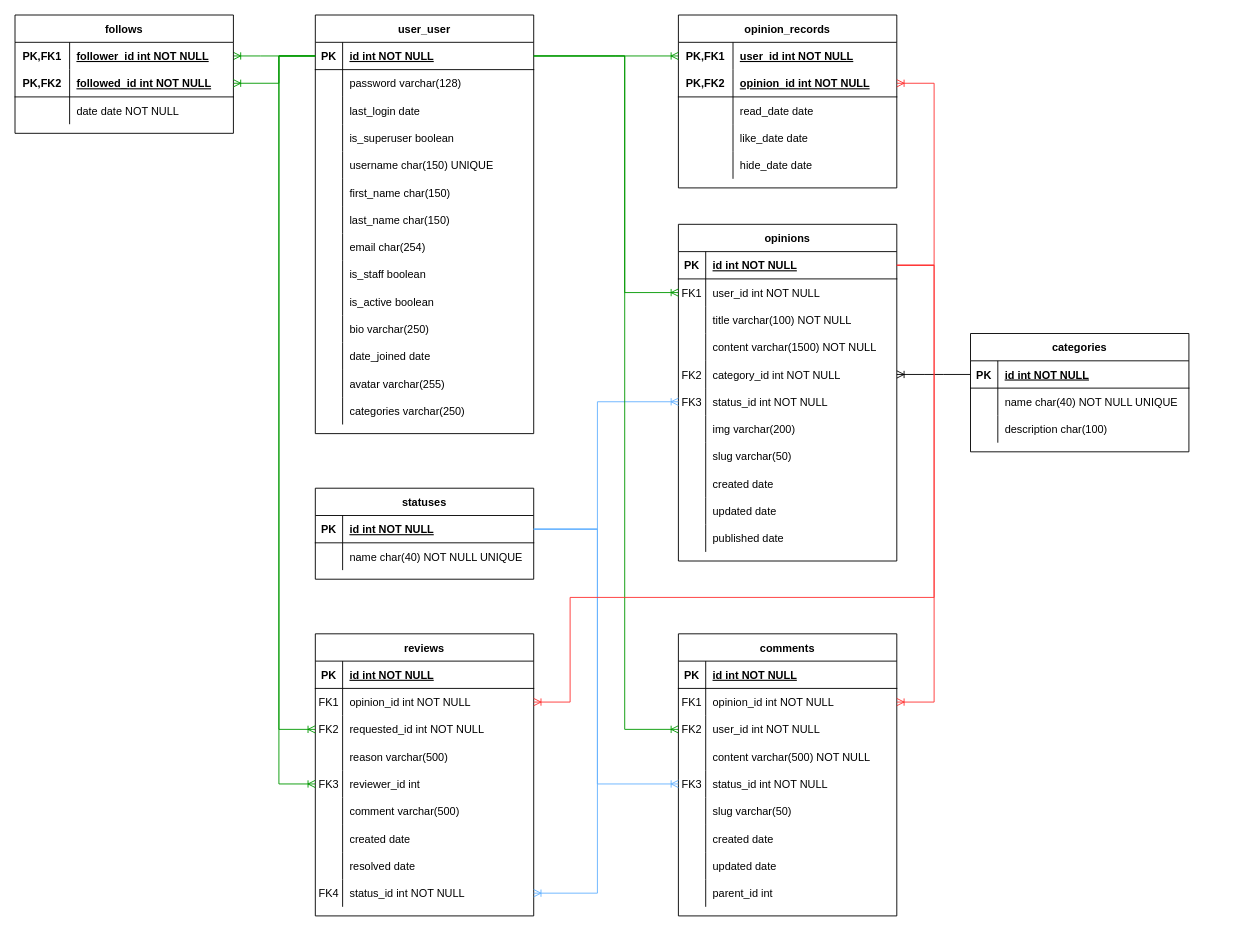
ibuttimer/soapbox keeps this draw.io diagram as page "database-schema" (1 of 14) of doc/design/soapbox.drawio. Above is the earlier version. Source tidied: cells renumbered, new cells numbered last; positions are measured from the earlier drawing's top-left corner, leaving out a move shared by most shapes. Both pictures are drawn from the tidied source at 91%, with x=0, y=0 at pixel (15, 15).
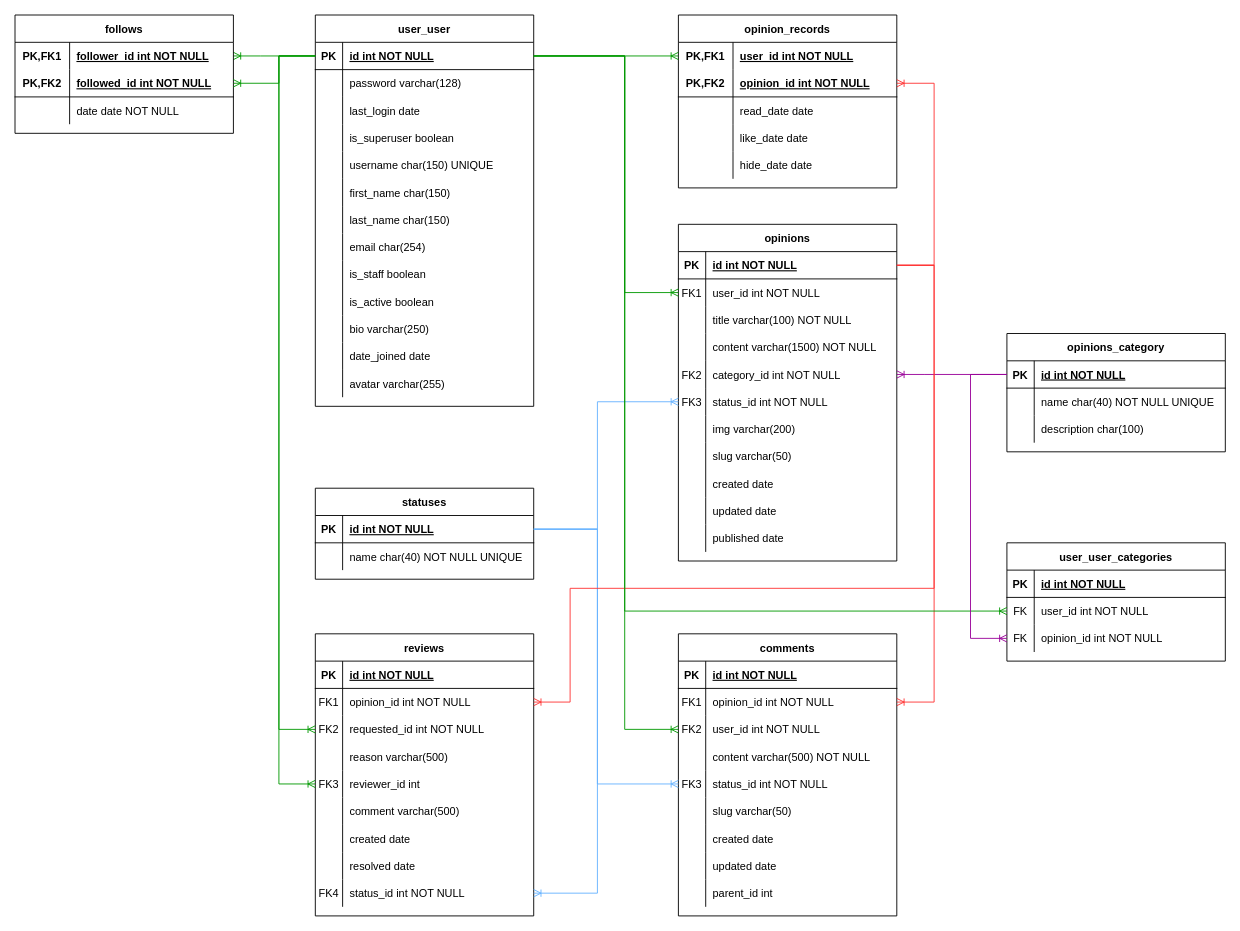
The same page after the edit.

Unchanged cells that the change refers to:
```xml
<mxCell id="3" style="shape=partialRectangle;fillColor=none;points=[[0,0.5],[1,0.5]];portConstraint=eastwest;top=0;left=0;right=0;bottom=1;" parent="2" vertex="1">
  <mxGeometry y="30" width="240" height="30" as="geometry" />
</mxCell>
<mxCell id="15" style="shape=partialRectangle;fillColor=none;points=[[0,0.5],[1,0.5]];portConstraint=eastwest;top=0;left=0;right=0;bottom=0;" parent="2" vertex="1">
  <mxGeometry y="150" width="240" height="30" as="geometry" />
</mxCell>
<mxCell id="37" style="shape=partialRectangle;fillColor=none;points=[[0,0.5],[1,0.5]];portConstraint=eastwest;top=0;left=0;right=0;bottom=1;" parent="36" vertex="1">
  <mxGeometry y="30" width="240" height="30" as="geometry" />
</mxCell>
<mxCell id="47" style="shape=partialRectangle;fillColor=none;points=[[0,0.5],[1,0.5]];portConstraint=eastwest;top=0;left=0;right=0;bottom=1;" parent="46" vertex="1">
  <mxGeometry y="30" width="240" height="30" as="geometry" />
</mxCell>
<mxCell id="164" style="shape=partialRectangle;fillColor=none;points=[[0,0.5],[1,0.5]];portConstraint=eastwest;top=0;left=0;right=0;bottom=0;" parent="160" vertex="1">
  <mxGeometry y="60" width="240" height="30" as="geometry" />
</mxCell>
```

Change to the diagram source:
```diff
@@
-    <mxCell id="36" value="categories" style="shape=table;startSize=30;childLayout=tableLayout;rowLines=0;fontStyle=1;align=center;" parent="1" vertex="1">
-      <mxGeometry x="1050" y="350" width="240" height="130" as="geometry" />
+    <mxCell id="36" value="opinions_category" style="shape=table;startSize=30;childLayout=tableLayout;rowLines=0;fontStyle=1;align=center;" parent="1" vertex="1">
+      <mxGeometry x="1090" y="350" width="240" height="130" as="geometry" />
     </mxCell>
@@
     <mxCell id="46" value="user_user" style="shape=table;startSize=30;childLayout=tableLayout;rowLines=0;fontStyle=1;align=center;" parent="1" vertex="1">
-      <mxGeometry x="330" width="240" height="460" as="geometry" />
+      <mxGeometry x="330" width="240" height="430" as="geometry" />
     </mxCell>
@@
-    <mxCell id="86" style="shape=partialRectangle;fillColor=none;top=0;left=0;right=0;bottom=0;" parent="46" vertex="1">
-      <mxGeometry y="420" width="240" height="30" as="geometry" />
-    </mxCell>
-    <mxCell id="87" style="shape=partialRectangle;overflow=hidden;fillColor=none;top=0;left=0;bottom=0;right=0;" parent="86" vertex="1">
-      <mxGeometry width="30" height="30" as="geometry" />
-    </mxCell>
-    <mxCell id="88" value="categories varchar(250)" style="shape=partialRectangle;overflow=hidden;fillColor=none;top=0;left=0;bottom=0;right=0;align=left;spacingLeft=6;" parent="86" vertex="1">
-      <mxGeometry x="30" width="210" height="30" as="geometry" />
-    </mxCell>
@@
-    <mxCell id="90" style="edgeStyle=entityRelationEdgeStyle;fontSize=12;html=1;endArrow=ERoneToMany;rounded=0;entryX=1;entryY=0.5;entryDx=0;entryDy=0;" parent="1" edge="1" source="37" target="15">
+    <mxCell id="90" style="edgeStyle=entityRelationEdgeStyle;fontSize=12;html=1;endArrow=ERoneToMany;rounded=0;entryX=1;entryY=0.5;entryDx=0;entryDy=0;strokeColor=#990099;" parent="1" edge="1" source="37" target="15">
       <mxGeometry relative="1" as="geometry" />
     </mxCell>
@@
     <mxCell id="191" style="fontSize=12;html=1;endArrow=ERoneToMany;rounded=0;exitX=1;exitY=0.5;exitDx=0;exitDy=0;entryX=1;entryY=0.5;entryDx=0;entryDy=0;edgeStyle=orthogonalEdgeStyle;strokeColor=#FF3333;" parent="1" edge="1" source="3" target="164">
       <mxGeometry relative="1" as="geometry">
         <Array as="points">
           <mxPoint x="1010" y="275" />
-          <mxPoint x="1010" y="640" />
-          <mxPoint x="610" y="640" />
+          <mxPoint x="1010" y="630" />
+          <mxPoint x="610" y="630" />
           <mxPoint x="610" y="755" />
         </Array>
       </mxGeometry>
     </mxCell>
+    <mxCell id="192" value="user_user_categories" style="shape=table;startSize=30;childLayout=tableLayout;rowLines=0;fontStyle=1;align=center;" parent="1" vertex="1">
+      <mxGeometry x="1090" y="580" width="240" height="130" as="geometry" />
+    </mxCell>
+    <mxCell id="193" style="shape=partialRectangle;fillColor=none;top=0;left=0;right=0;bottom=1;" parent="192" vertex="1">
+      <mxGeometry y="30" width="240" height="30" as="geometry" />
+    </mxCell>
+    <mxCell id="194" value="PK" style="shape=partialRectangle;overflow=hidden;fillColor=none;top=0;left=0;bottom=0;right=0;fontStyle=1;" parent="193" vertex="1">
+      <mxGeometry width="30" height="30" as="geometry" />
+    </mxCell>
+    <mxCell id="195" value="id int NOT NULL " style="shape=partialRectangle;overflow=hidden;fillColor=none;top=0;left=0;bottom=0;right=0;align=left;spacingLeft=6;fontStyle=5;" parent="193" vertex="1">
+      <mxGeometry x="30" width="210" height="30" as="geometry" />
+    </mxCell>
+    <mxCell id="196" style="shape=partialRectangle;fillColor=none;points=[[0,0.5],[1,0.5]];portConstraint=eastwest;top=0;left=0;right=0;bottom=0;" parent="192" vertex="1">
+      <mxGeometry y="60" width="240" height="30" as="geometry" />
+    </mxCell>
+    <mxCell id="197" value="FK" style="shape=partialRectangle;overflow=hidden;fillColor=none;top=0;left=0;bottom=0;right=0;" parent="196" vertex="1">
+      <mxGeometry width="30" height="30" as="geometry" />
+    </mxCell>
+    <mxCell id="198" value="user_id int NOT NULL" style="shape=partialRectangle;overflow=hidden;fillColor=none;top=0;left=0;bottom=0;right=0;align=left;spacingLeft=6;" parent="196" vertex="1">
+      <mxGeometry x="30" width="210" height="30" as="geometry" />
+    </mxCell>
+    <mxCell id="199" style="shape=partialRectangle;fillColor=none;points=[[0,0.5],[1,0.5]];portConstraint=eastwest;top=0;left=0;right=0;bottom=0;" parent="192" vertex="1">
+      <mxGeometry y="90" width="240" height="30" as="geometry" />
+    </mxCell>
+    <mxCell id="200" value="FK" style="shape=partialRectangle;overflow=hidden;fillColor=none;top=0;left=0;bottom=0;right=0;" parent="199" vertex="1">
+      <mxGeometry width="30" height="30" as="geometry" />
+    </mxCell>
+    <mxCell id="201" value="opinion_id int NOT NULL" style="shape=partialRectangle;overflow=hidden;fillColor=none;top=0;left=0;bottom=0;right=0;align=left;spacingLeft=6;" parent="199" vertex="1">
+      <mxGeometry x="30" width="210" height="30" as="geometry" />
+    </mxCell>
+    <mxCell id="202" style="edgeStyle=orthogonalEdgeStyle;fontSize=12;html=1;endArrow=ERoneToMany;rounded=0;exitX=1;exitY=0.5;exitDx=0;exitDy=0;strokeColor=#009900;entryX=0;entryY=0.5;entryDx=0;entryDy=0;" parent="1" edge="1" source="47" target="196">
+      <mxGeometry relative="1" as="geometry">
+        <Array as="points">
+          <mxPoint x="670" y="45" />
+          <mxPoint x="670" y="655" />
+        </Array>
+      </mxGeometry>
+    </mxCell>
+    <mxCell id="203" style="edgeStyle=orthogonalEdgeStyle;fontSize=12;html=1;endArrow=ERoneToMany;rounded=0;entryX=0;entryY=0.5;entryDx=0;entryDy=0;strokeColor=#990099;exitX=0;exitY=0.5;exitDx=0;exitDy=0;" parent="1" edge="1" source="37" target="199">
+      <mxGeometry relative="1" as="geometry">
+        <Array as="points">
+          <mxPoint x="1050" y="395" />
+          <mxPoint x="1050" y="685" />
+        </Array>
+      </mxGeometry>
+    </mxCell>
```
